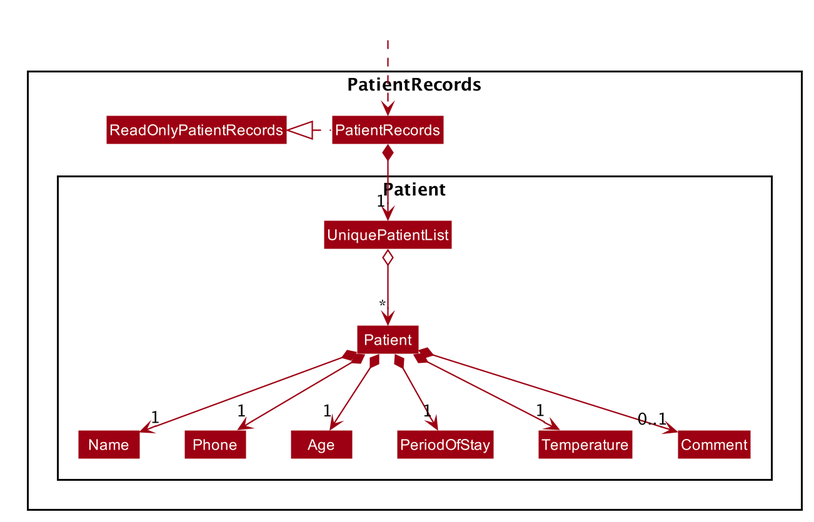
The PlantUML diagram docs/images/PatientRecordsClassDiagram.png in w-yeehong/tp, before a commit. Its diagram source:
```plantuml
@startuml








skinparam BackgroundColor #FFFFFFF

skinparam Shadowing false

skinparam Class {
    FontColor #FFFFFF
    BorderThickness 1
    BorderColor #FFFFFF
    StereotypeFontColor #FFFFFF
    FontName Arial
}

skinparam Actor {
    BorderColor #000000
    Color #000000
    FontName Arial
}

skinparam Sequence {
    MessageAlign center
    BoxFontSize 15
    BoxPadding 0
    BoxFontColor #FFFFFF
    FontName Arial
}

skinparam Participant {
    FontColor #FFFFFFF
    Padding 20
}

skinparam MinClassWidth 50
skinparam ParticipantPadding 10
skinparam Shadowing false
skinparam DefaultTextAlignment center
skinparam packageStyle Rectangle

hide footbox
hide members
hide circle
skinparam arrowThickness 1.1
skinparam arrowColor #9D0012
skinparam classBackgroundColor #9D0012

Package PatientRecords <<Rectangle>>{
Class PatientRecords
Class ReadOnlyPatientRecords


Package Patient {
Class Patient
Class Name
Class Phone
Class Age
Class PeriodOfStay
Class Temperature
Class Comment
Class UniquePatientList
}
}

Class HiddenOutside #FFFFFF
HiddenOutside ..> PatientRecords

PatientRecords .left.|> ReadOnlyPatientRecords

PatientRecords *--> "1" UniquePatientList
UniquePatientList o--> "*" Patient
Patient *--> "1" Name
Patient *--> "1" Phone
Patient *--> "1" Age
Patient *--> "1" PeriodOfStay
Patient *--> "1" Temperature
Patient *--> "0..1" Comment

Name -[hidden]right-> Phone
Phone -[hidden]right-> Age
Age -[hidden]right-> PeriodOfStay
PeriodOfStay -[hidden]right->Temperature
Temperature -[hidden]right->Comment

@enduml
```
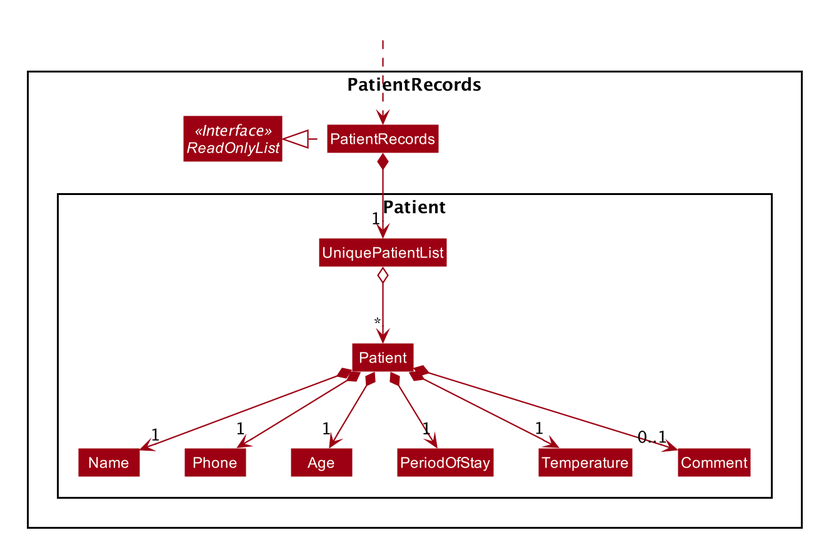
Above is the later version.

The edit, as a diff of the source:
```diff
@@ -53,8 +53,7 @@
 
 Package PatientRecords <<Rectangle>>{
 Class PatientRecords
-Class ReadOnlyPatientRecords
-
+Interface ReadOnlyList <<Interface>>
 
 Package Patient {
 Class Patient
@@ -71,7 +70,7 @@
 Class HiddenOutside #FFFFFF
 HiddenOutside ..> PatientRecords
 
-PatientRecords .left.|> ReadOnlyPatientRecords
+PatientRecords .left.|> ReadOnlyList
 
 PatientRecords *--> "1" UniquePatientList
 UniquePatientList o--> "*" Patient
```
